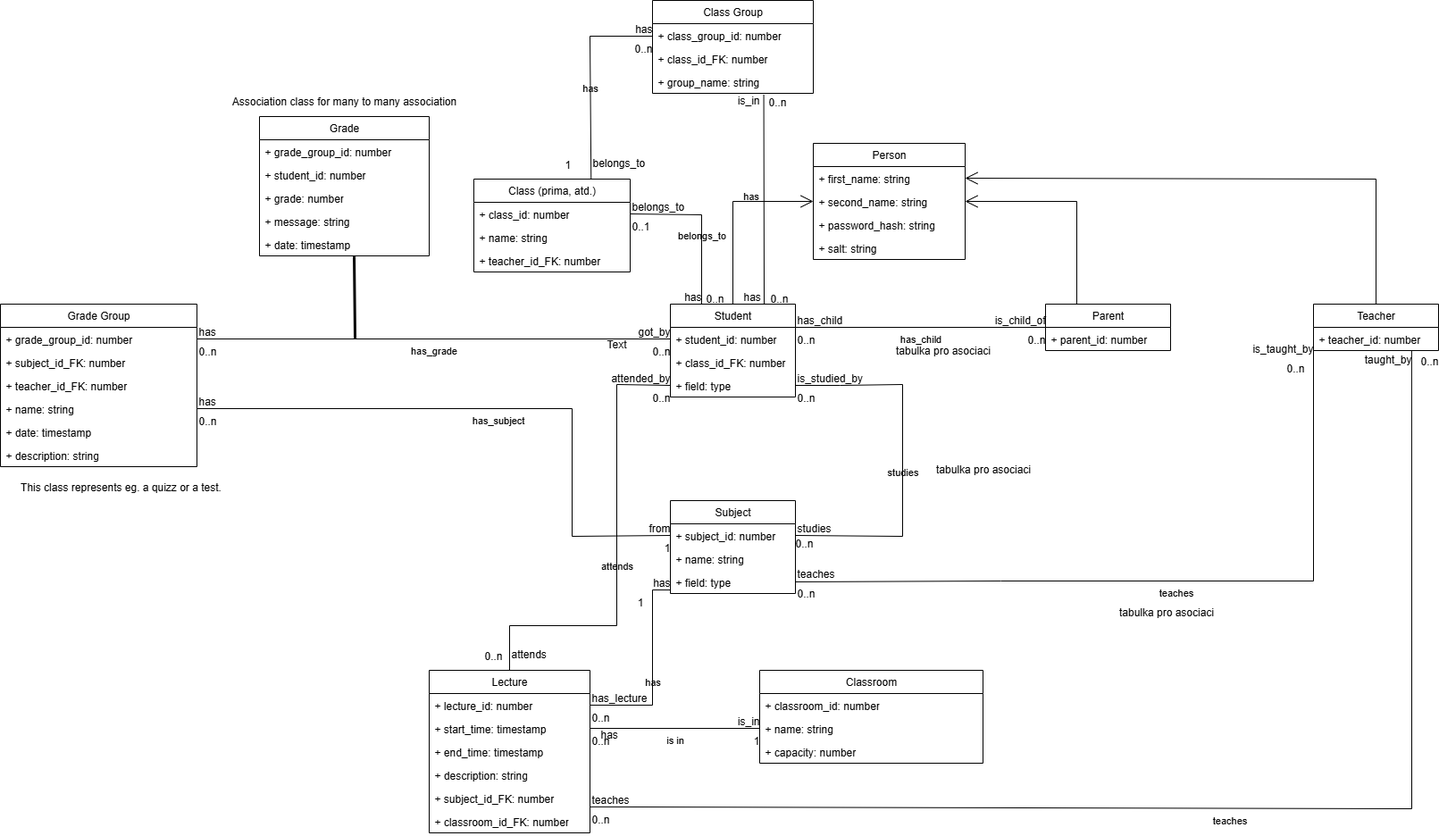
Earlier version of the draw.io export schema.png (sol239/electronic-gradebook-system). Source tidied: cells renumbered, new cells last; positions are measured from the earlier drawing's top-left corner, leaving out a move shared by most shapes.
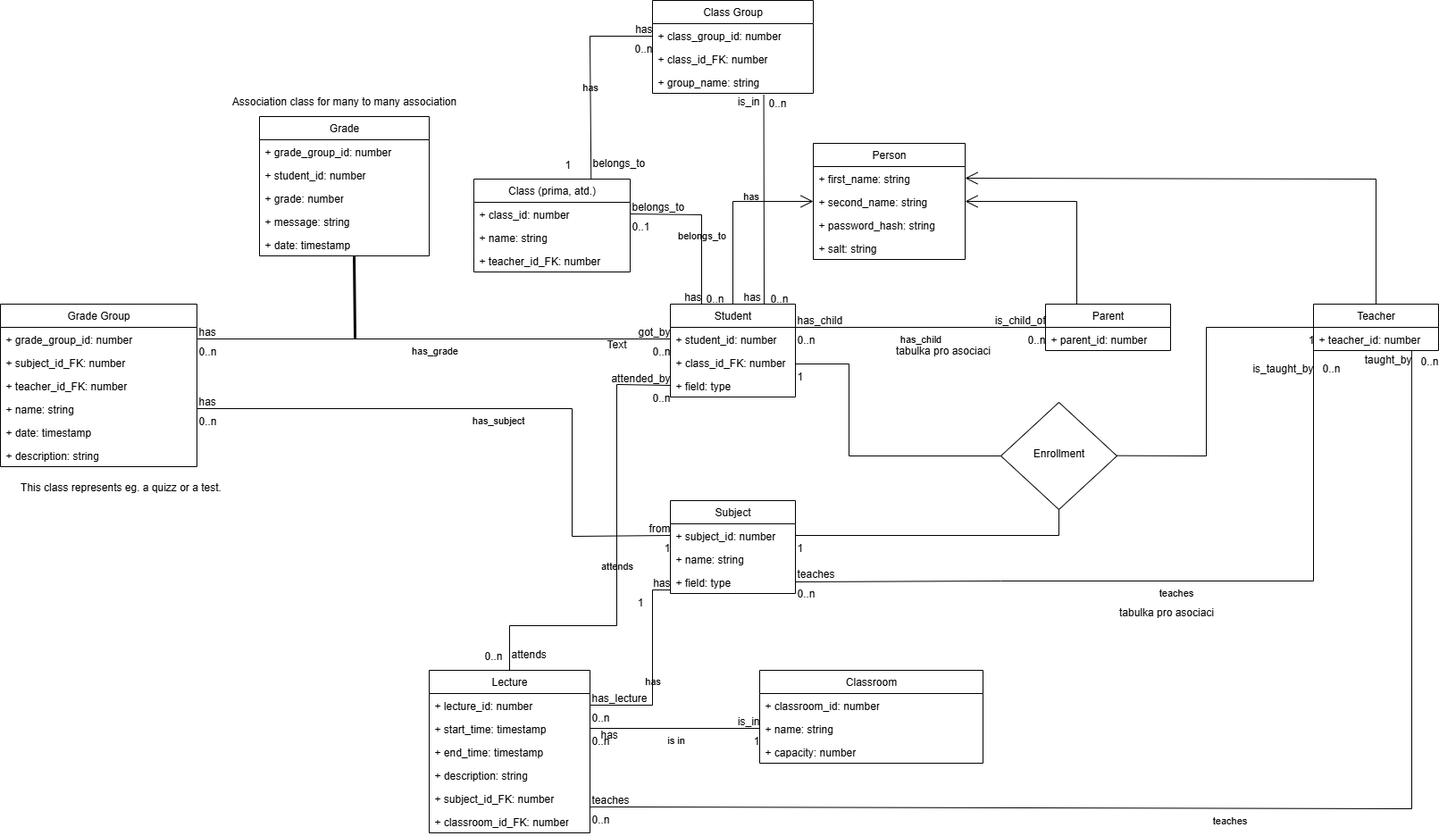
Above is the later version.

The edit, as a diff of the source:
```diff
@@ -92,31 +92,6 @@
         </Array>
       </mxGeometry>
     </mxCell>
-    <mxCell id="27" value="studies" style="endArrow=none;html=1;rounded=0;align=center;verticalAlign=top;endFill=0;labelBackgroundColor=none;exitX=1;exitY=0.5;exitDx=0;exitDy=0;entryX=1;entryY=0.5;entryDx=0;entryDy=0;" parent="1" edge="1" source="5" target="11">
-      <mxGeometry relative="1" as="geometry">
-        <Array as="points">
-          <mxPoint x="940" y="431" />
-          <mxPoint x="1010" y="430" />
-          <mxPoint x="1010" y="600" />
-        </Array>
-      </mxGeometry>
-    </mxCell>
-    <mxCell id="28" value="is_studied_by" style="html=1;align=left;verticalAlign=bottom;labelBackgroundColor=none;" parent="27" vertex="1">
-      <mxGeometry x="-1" relative="1" as="geometry" />
-    </mxCell>
-    <mxCell id="29" value="0..n" style="html=1;align=left;verticalAlign=top;labelBackgroundColor=none;" parent="27" vertex="1">
-      <mxGeometry x="-1" relative="1" as="geometry" />
-    </mxCell>
-    <mxCell id="30" value="studies" style="html=1;align=right;verticalAlign=bottom;labelBackgroundColor=none;" parent="27" vertex="1">
-      <mxGeometry x="1" relative="1" as="geometry">
-        <mxPoint x="40" as="offset" />
-      </mxGeometry>
-    </mxCell>
-    <mxCell id="31" value="0..n" style="html=1;align=right;verticalAlign=top;labelBackgroundColor=none;" parent="27" vertex="1">
-      <mxGeometry x="1" relative="1" as="geometry">
-        <mxPoint x="20" y="-5" as="offset" />
-      </mxGeometry>
-    </mxCell>
     <mxCell id="32" value="teaches" style="endArrow=none;html=1;rounded=0;align=center;verticalAlign=top;endFill=0;labelBackgroundColor=none;exitX=1;exitY=0.5;exitDx=0;exitDy=0;entryX=0;entryY=0.5;entryDx=0;entryDy=0;" parent="1" edge="1" source="13" target="7">
       <mxGeometry relative="1" as="geometry">
         <Array as="points">
@@ -137,12 +112,12 @@
     </mxCell>
     <mxCell id="35" value="is_taught_by" style="html=1;align=right;verticalAlign=bottom;labelBackgroundColor=none;" parent="32" vertex="1">
       <mxGeometry x="1" relative="1" as="geometry">
-        <mxPoint y="19" as="offset" />
+        <mxPoint y="41" as="offset" />
       </mxGeometry>
     </mxCell>
     <mxCell id="36" value="0..n" style="html=1;align=right;verticalAlign=top;labelBackgroundColor=none;" parent="32" vertex="1">
       <mxGeometry x="1" relative="1" as="geometry">
-        <mxPoint x="-10" y="19" as="offset" />
+        <mxPoint x="30" y="19" as="offset" />
       </mxGeometry>
     </mxCell>
     <mxCell id="37" value="Grade Group" style="swimlane;fontStyle=0;horizontal=1;startSize=26;fillColor=none;whiteSpace=wrap;html=1;" parent="1" vertex="1">
@@ -202,9 +177,6 @@
     <mxCell id="53" value="1" style="html=1;align=right;verticalAlign=top;labelBackgroundColor=none;" parent="49" vertex="1">
       <mxGeometry x="1" relative="1" as="geometry" />
     </mxCell>
-    <mxCell id="54" value="tabulka pro asociaci" style="text;html=1;align=center;verticalAlign=middle;strokeColor=none;fillColor=none;" parent="1" vertex="1">
-      <mxGeometry x="1035" y="510" width="130" height="30" as="geometry" />
-    </mxCell>
     <mxCell id="55" value="tabulka pro asociaci" style="text;html=1;align=center;verticalAlign=middle;strokeColor=none;fillColor=none;" parent="1" vertex="1">
       <mxGeometry x="1240" y="670" width="130" height="30" as="geometry" />
     </mxCell>
@@ -455,5 +427,51 @@
     <mxCell id="120" value="This class represents eg. a quizz or a test." style="text;html=1;align=center;verticalAlign=middle;whiteSpace=wrap;rounded=0;" parent="1" vertex="1">
       <mxGeometry y="530" width="270" height="30" as="geometry" />
     </mxCell>
+    <mxCell id="121" style="rhombus;whiteSpace=wrap;html=1;" parent="1" vertex="1">
+      <mxGeometry x="1120" y="450" width="130" height="120" as="geometry" />
+    </mxCell>
+    <mxCell id="122" value="Enrollment" style="text;html=1;align=center;verticalAlign=middle;whiteSpace=wrap;rounded=0;" parent="1" vertex="1">
+      <mxGeometry x="1155" y="492" width="60" height="30" as="geometry" />
+    </mxCell>
+    <mxCell id="123" style="endArrow=none;html=1;rounded=0;align=center;verticalAlign=top;endFill=0;labelBackgroundColor=none;entryX=0;entryY=0.5;entryDx=0;entryDy=0;" parent="1" edge="1" target="121">
+      <mxGeometry relative="1" as="geometry">
+        <mxPoint x="890" y="407" as="sourcePoint" />
+        <Array as="points">
+          <mxPoint x="950" y="407" />
+          <mxPoint x="950" y="510" />
+        </Array>
+      </mxGeometry>
+    </mxCell>
+    <mxCell id="124" value="1" style="html=1;align=left;verticalAlign=top;labelBackgroundColor=none;" parent="123" vertex="1">
+      <mxGeometry x="-1" relative="1" as="geometry" />
+    </mxCell>
+    <mxCell id="125" style="endArrow=none;html=1;rounded=0;align=center;verticalAlign=top;endFill=0;labelBackgroundColor=none;exitX=1;exitY=0.5;exitDx=0;exitDy=0;entryX=0.5;entryY=1;entryDx=0;entryDy=0;" parent="1" edge="1" source="11" target="121">
+      <mxGeometry relative="1" as="geometry">
+        <Array as="points">
+          <mxPoint x="1185" y="599" />
+        </Array>
+      </mxGeometry>
+    </mxCell>
+    <mxCell id="126" value="1" style="html=1;align=left;verticalAlign=top;labelBackgroundColor=none;" parent="125" vertex="1">
+      <mxGeometry x="-1" relative="1" as="geometry" />
+    </mxCell>
+    <mxCell id="127" style="endArrow=none;html=1;rounded=0;align=center;verticalAlign=top;endFill=0;labelBackgroundColor=none;entryX=0;entryY=0.5;entryDx=0;entryDy=0;" parent="1" edge="1" target="6">
+      <mxGeometry x="-0.01" relative="1" as="geometry">
+        <mxPoint x="1250" y="509.7" as="sourcePoint" />
+        <Array as="points">
+          <mxPoint x="1350" y="510" />
+          <mxPoint x="1350" y="366" />
+        </Array>
+      </mxGeometry>
+    </mxCell>
+    <mxCell id="128" style="html=1;align=left;verticalAlign=top;labelBackgroundColor=none;" parent="127" vertex="1">
+      <mxGeometry x="-1" relative="1" as="geometry" />
+    </mxCell>
+    <mxCell id="129" style="html=1;align=right;verticalAlign=bottom;labelBackgroundColor=none;" parent="127" vertex="1">
+      <mxGeometry x="1" relative="1" as="geometry" />
+    </mxCell>
+    <mxCell id="130" value="1" style="html=1;align=right;verticalAlign=top;labelBackgroundColor=none;" parent="127" vertex="1">
+      <mxGeometry x="1" relative="1" as="geometry" />
+    </mxCell>
   </root>
 </mxGraphModel>
```
